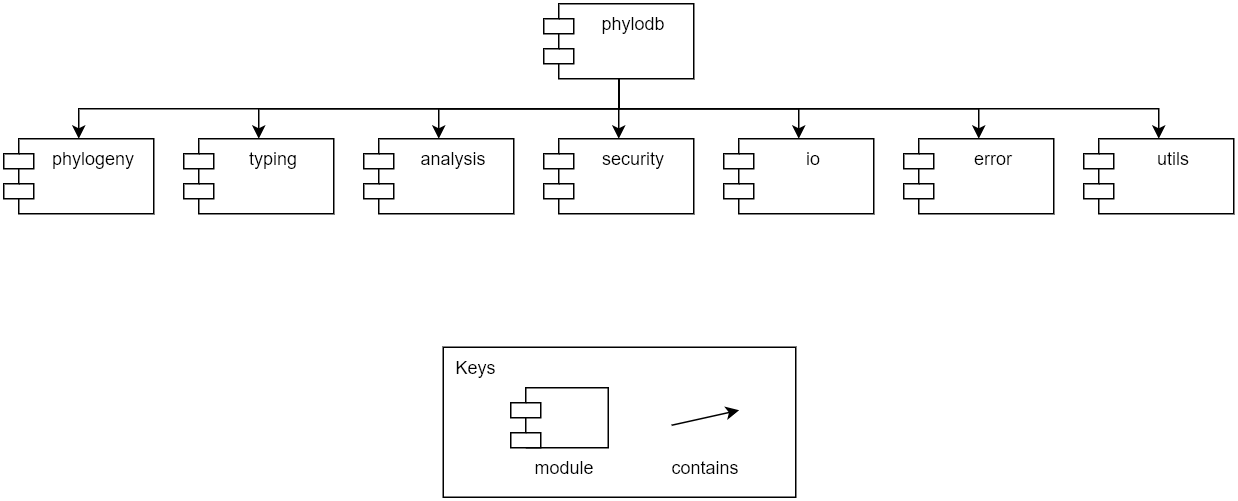
Before: wiki/images/phylodb-decomposition.png, a diagram exported from draw.io (phyloviz/phyloDB). Source tidied: cells renumbered, new cells last; positions are measured from the earlier drawing's top-left corner, leaving out a move shared by most shapes.
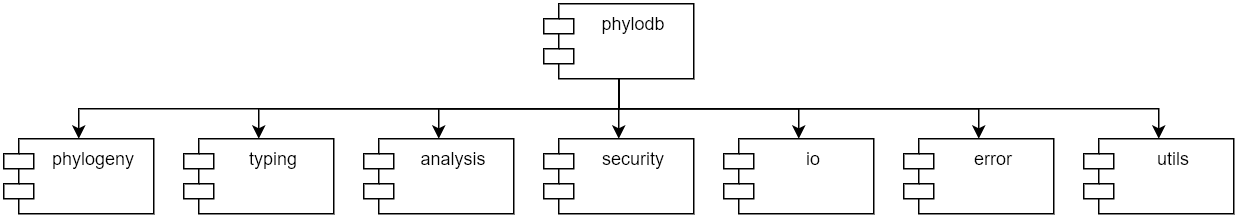
After the change.

Diff of the diagram source:
```diff
@@ -47,26 +47,5 @@
     <mxCell id="16" value="utils" style="shape=module;align=left;spacingLeft=20;align=center;verticalAlign=top;" parent="1" vertex="1">
       <mxGeometry x="720" y="90" width="100" height="50" as="geometry" />
     </mxCell>
-    <mxCell id="17" style="group;" parent="1" vertex="1">
-      <mxGeometry x="293" y="229" width="235" height="100" as="geometry" />
-    </mxCell>
-    <mxCell id="18" value="&amp;nbsp; Keys" style="rounded=0;whiteSpace=wrap;html=1;align=left;verticalAlign=top;" parent="17" vertex="1">
-      <mxGeometry width="235" height="100" as="geometry" />
-    </mxCell>
-    <mxCell id="19" style="endArrow=classic;html=1;exitX=1;exitY=0.5;exitDx=0;exitDy=0;startArrow=none;startFill=0;endFill=1;" parent="17" edge="1">
-      <mxGeometry relative="1" as="geometry">
-        <mxPoint x="152.2" y="52" as="sourcePoint" />
-        <mxPoint x="197.2" y="42" as="targetPoint" />
-      </mxGeometry>
-    </mxCell>
-    <mxCell id="20" value="contains" style="text;html=1;strokeColor=none;fillColor=none;align=center;verticalAlign=middle;whiteSpace=wrap;rounded=0;" parent="17" vertex="1">
-      <mxGeometry x="145" y="70" width="59.5" height="20" as="geometry" />
-    </mxCell>
-    <mxCell id="21" style="shape=module;align=left;spacingLeft=20;align=center;verticalAlign=top;" parent="17" vertex="1">
-      <mxGeometry x="45" y="27" width="65" height="40" as="geometry" />
-    </mxCell>
-    <mxCell id="22" value="module" style="text;html=1;strokeColor=none;fillColor=none;align=center;verticalAlign=middle;whiteSpace=wrap;rounded=0;" parent="17" vertex="1">
-      <mxGeometry x="50.5" y="70" width="59.5" height="20" as="geometry" />
-    </mxCell>
   </root>
 </mxGraphModel>
```
